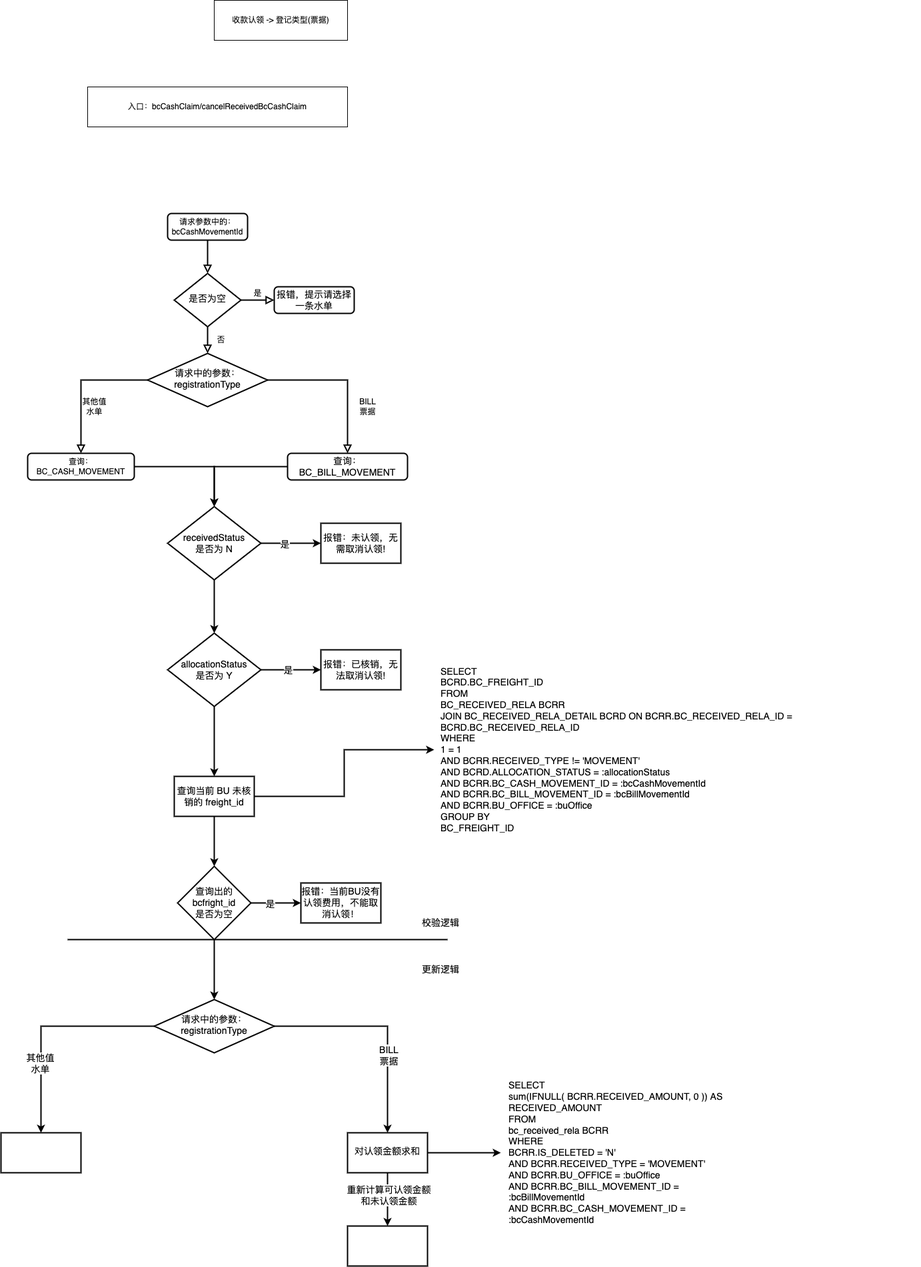
WithoutCause/draw.io keeps this draw.io diagram as 票据-取消认领流程.drawio.png. Above is the earlier version. Source tidied: cells renumbered, new cells last; positions are measured from the earlier drawing's top-left corner, leaving out a move shared by most shapes.
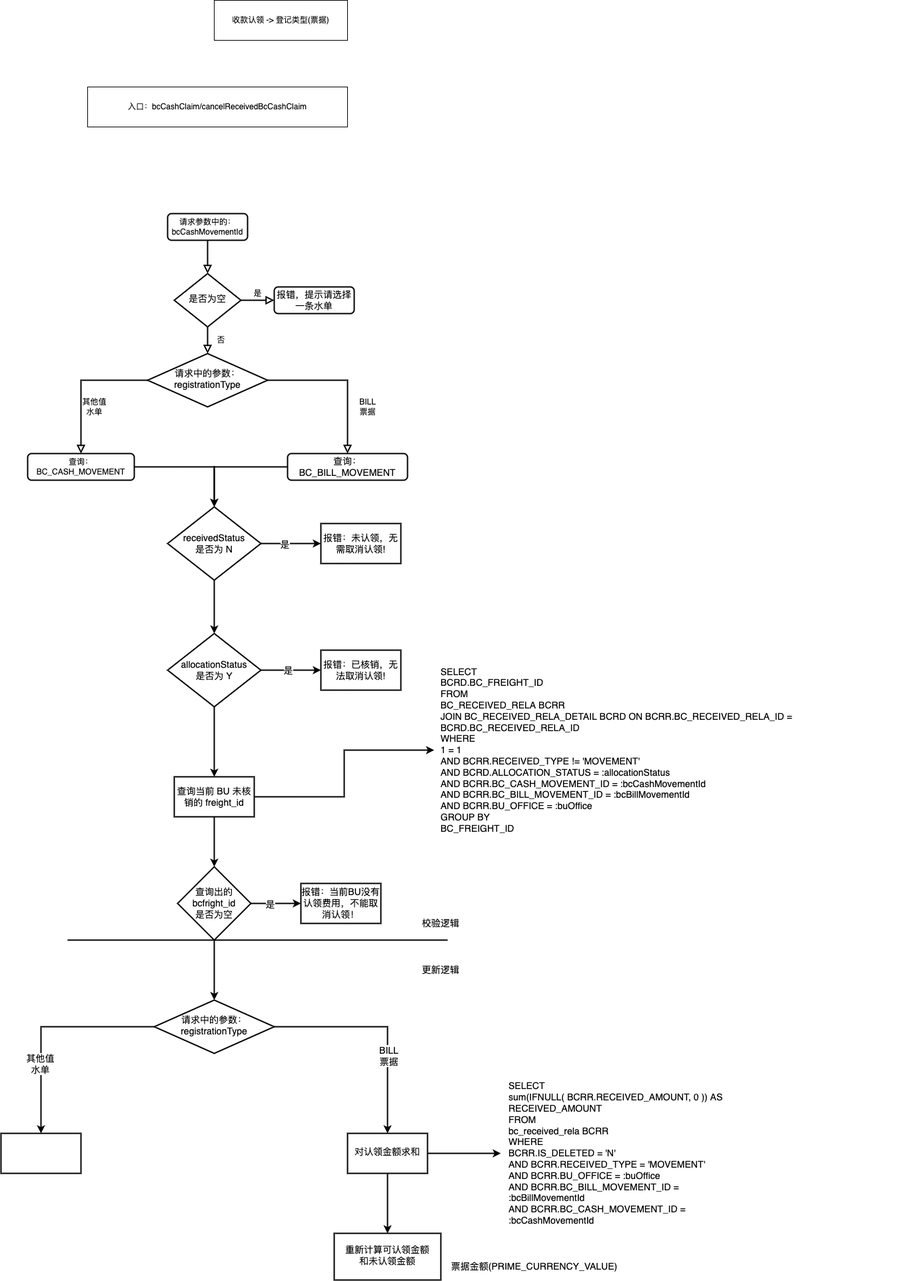
The same file after the commit.

Commit message:
更新票据-取消认领流程.drawio.png

What changed in the source:
```diff
@@ -143,9 +143,6 @@
     <mxCell id="45" style="edgeStyle=orthogonalEdgeStyle;rounded=0;jettySize=auto;html=1;fontSize=14;strokeWidth=2;" parent="1" edge="1" source="47" target="50">
       <mxGeometry relative="1" as="geometry" />
     </mxCell>
-    <mxCell id="46" value="重新计算可认领金额&lt;br&gt;和未认领金额" style="edgeLabel;html=1;align=center;verticalAlign=middle;fontSize=14;" parent="45" vertex="1">
-      <mxGeometry x="-0.17" y="1" relative="1" as="geometry" />
-    </mxCell>
     <mxCell id="47" value="&lt;font style=&quot;font-size: 14px;&quot;&gt;对认领金额求和&lt;/font&gt;" style="whiteSpace=wrap;html=1;shadow=0;strokeWidth=2;spacing=6;spacingTop=-4;fontSize=14;" parent="1" vertex="1">
       <mxGeometry x="520" y="1700" width="120" height="60" as="geometry" />
     </mxCell>
@@ -155,8 +152,11 @@
     <mxCell id="49" value="&lt;div&gt;SELECT&lt;/div&gt;&lt;div&gt;&lt;span&gt;&#9;&lt;/span&gt;sum(IFNULL( BCRR.RECEIVED_AMOUNT, 0 )) AS RECEIVED_AMOUNT&amp;nbsp;&lt;/div&gt;&lt;div&gt;FROM&lt;/div&gt;&lt;div&gt;&lt;span&gt;&#9;&lt;/span&gt;bc_received_rela BCRR&amp;nbsp;&lt;/div&gt;&lt;div&gt;WHERE&lt;/div&gt;&lt;div&gt;&lt;span&gt;&#9;&lt;/span&gt;BCRR.IS_DELETED = 'N'&amp;nbsp;&lt;/div&gt;&lt;div&gt;&lt;span&gt;&#9;&lt;/span&gt;AND BCRR.RECEIVED_TYPE = 'MOVEMENT'&lt;/div&gt;&lt;div&gt;&lt;span&gt;&#9;&lt;/span&gt;AND BCRR.BU_OFFICE = :buOffice&amp;nbsp;&lt;/div&gt;&lt;div&gt;&lt;span&gt;&#9;&lt;/span&gt;AND BCRR.BC_BILL_MOVEMENT_ID = :bcBillMovementId&amp;nbsp;&lt;/div&gt;&lt;div&gt;&lt;span&gt;&#9;&lt;/span&gt;AND BCRR.BC_CASH_MOVEMENT_ID = :bcCashMovementId&lt;/div&gt;" style="text;html=1;strokeColor=none;fillColor=none;align=left;verticalAlign=middle;whiteSpace=wrap;rounded=0;fontSize=14;spacingLeft=10;" parent="1" vertex="1">
       <mxGeometry x="750" y="1600" width="380" height="260" as="geometry" />
     </mxCell>
-    <mxCell id="50" style="whiteSpace=wrap;html=1;fontSize=14;shadow=0;strokeWidth=2;spacing=6;spacingTop=-4;" parent="1" vertex="1">
-      <mxGeometry x="520" y="1840" width="120" height="60" as="geometry" />
+    <mxCell id="50" value="&lt;span style=&quot;background-color: rgb(255 , 255 , 255)&quot;&gt;重新计算可认领金额&lt;/span&gt;&lt;br&gt;&lt;span style=&quot;background-color: rgb(255 , 255 , 255)&quot;&gt;和未认领金额&lt;/span&gt;" style="whiteSpace=wrap;html=1;fontSize=14;shadow=0;strokeWidth=2;spacing=6;spacingTop=-4;" parent="1" vertex="1">
+      <mxGeometry x="500" y="1850" width="160" height="70" as="geometry" />
     </mxCell>
+    <mxCell id="51" value="&lt;span&gt;票据金额(PRIME_CURRENCY_VALUE)&lt;/span&gt;" style="text;html=1;align=center;verticalAlign=middle;strokeColor=none;fillColor=none;fontSize=14;" parent="1" vertex="1">
+      <mxGeometry x="665" y="1890" width="270" height="20" as="geometry" />
+    </mxCell>
   </root>
 </mxGraphModel>
```
